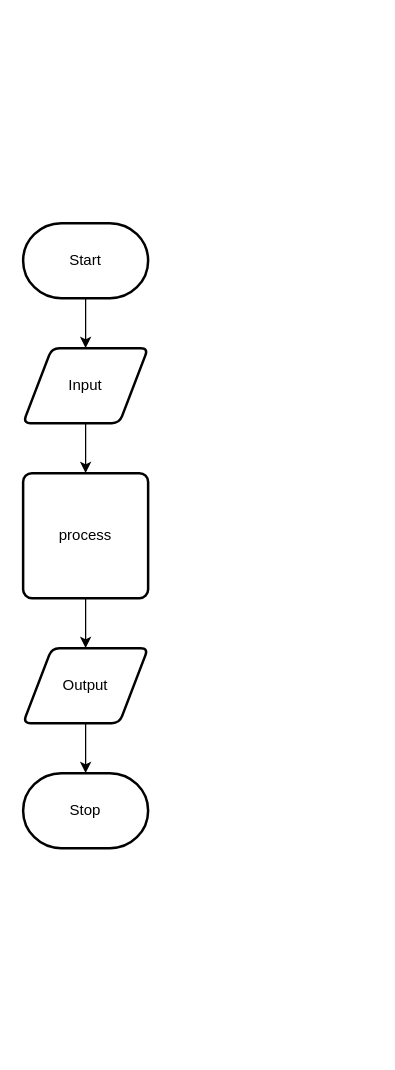
Above: design/flow-chart.drawio in Alex-Nelson-1/ICS2O-UNIT6-02-COOKIE-CLICKER (draw.io), before the change. Source tidied: cells renumbered, new cells numbered last; positions are measured from the earlier drawing's top-left corner, leaving out a move shared by most shapes. Both pictures are drawn from the tidied source at 125%, with x=0, y=0 at pixel (22, 222).
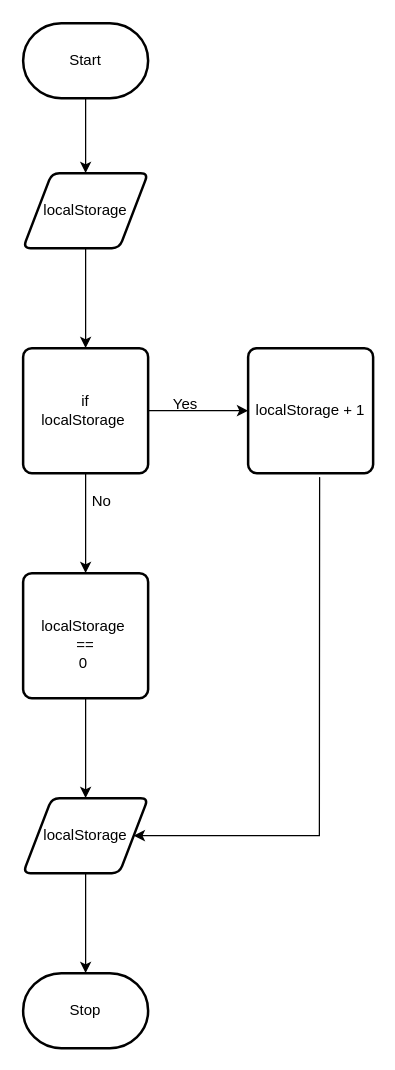
The same diagram, later.

Commit message (it also covers changes not shown here):
FLow chart an dstory board

Diff of the diagram source:
```diff
@@
 <mxGraphModel>
   <root>
     <mxCell id="0" />
     <mxCell id="1" parent="0" />
     <mxCell id="2" style="edgeStyle=none;html=1;" parent="1" edge="1" source="3" target="5">
       <mxGeometry relative="1" as="geometry" />
     </mxCell>
     <mxCell id="3" value="Start" style="strokeWidth=2;html=1;shape=mxgraph.flowchart.terminator;whiteSpace=wrap;" parent="1" vertex="1">
-      <mxGeometry width="100" height="60" as="geometry" />
+      <mxGeometry y="-160" width="100" height="60" as="geometry" />
     </mxCell>
     <mxCell id="4" style="edgeStyle=none;html=1;" parent="1" edge="1" source="5" target="7">
       <mxGeometry relative="1" as="geometry" />
     </mxCell>
-    <mxCell id="5" value="Input" style="shape=parallelogram;html=1;strokeWidth=2;perimeter=parallelogramPerimeter;whiteSpace=wrap;rounded=1;arcSize=12;size=0.23;" parent="1" vertex="1">
-      <mxGeometry y="100" width="100" height="60" as="geometry" />
+    <mxCell id="5" value="localStorage" style="shape=parallelogram;html=1;strokeWidth=2;perimeter=parallelogramPerimeter;whiteSpace=wrap;rounded=1;arcSize=12;size=0.23;" parent="1" vertex="1">
+      <mxGeometry y="-40" width="100" height="60" as="geometry" />
     </mxCell>
-    <mxCell id="6" style="edgeStyle=none;html=1;" parent="1" edge="1" source="7" target="9">
-      <mxGeometry relative="1" as="geometry" />
-    </mxCell>
+    <mxCell id="11" style="edgeStyle=none;html=1;" parent="1" edge="1" source="7" target="13">
+      <mxGeometry relative="1" as="geometry" />
+    </mxCell>
+    <mxCell id="12" style="edgeStyle=none;html=1;" parent="1" edge="1" source="7" target="15">
+      <mxGeometry relative="1" as="geometry" />
+    </mxCell>
-    <mxCell id="7" value="process" style="rounded=1;whiteSpace=wrap;html=1;absoluteArcSize=1;arcSize=14;strokeWidth=2;" parent="1" vertex="1">
-      <mxGeometry y="200" width="100" height="100" as="geometry" />
+    <mxCell id="7" value="if&lt;br&gt;localStorage&amp;nbsp;" style="rounded=1;whiteSpace=wrap;html=1;absoluteArcSize=1;arcSize=14;strokeWidth=2;" parent="1" vertex="1">
+      <mxGeometry y="100" width="100" height="100" as="geometry" />
     </mxCell>
     <mxCell id="8" style="edgeStyle=none;html=1;" parent="1" edge="1" source="9" target="10">
       <mxGeometry relative="1" as="geometry" />
     </mxCell>
-    <mxCell id="9" value="Output" style="shape=parallelogram;html=1;strokeWidth=2;perimeter=parallelogramPerimeter;whiteSpace=wrap;rounded=1;arcSize=12;size=0.23;" parent="1" vertex="1">
-      <mxGeometry y="340" width="100" height="60" as="geometry" />
+    <mxCell id="9" value="localStorage" style="shape=parallelogram;html=1;strokeWidth=2;perimeter=parallelogramPerimeter;whiteSpace=wrap;rounded=1;arcSize=12;size=0.23;" parent="1" vertex="1">
+      <mxGeometry y="460" width="100" height="60" as="geometry" />
     </mxCell>
     <mxCell id="10" value="Stop" style="strokeWidth=2;html=1;shape=mxgraph.flowchart.terminator;whiteSpace=wrap;" parent="1" vertex="1">
-      <mxGeometry y="440" width="100" height="60" as="geometry" />
+      <mxGeometry y="600" width="100" height="60" as="geometry" />
     </mxCell>
+    <mxCell id="13" value="localStorage + 1" style="rounded=1;whiteSpace=wrap;html=1;absoluteArcSize=1;arcSize=14;strokeWidth=2;" parent="1" vertex="1">
+      <mxGeometry x="180" y="100" width="100" height="100" as="geometry" />
+    </mxCell>
+    <mxCell id="14" style="edgeStyle=none;html=1;" parent="1" edge="1" source="15" target="9">
+      <mxGeometry relative="1" as="geometry" />
+    </mxCell>
+    <mxCell id="15" value="&lt;br&gt;localStorage&amp;nbsp;&lt;br&gt;==&lt;br&gt;0&amp;nbsp;" style="rounded=1;whiteSpace=wrap;html=1;absoluteArcSize=1;arcSize=14;strokeWidth=2;" parent="1" vertex="1">
+      <mxGeometry y="280" width="100" height="100" as="geometry" />
+    </mxCell>
+    <mxCell id="16" style="endArrow=classic;html=1;exitX=0.572;exitY=1.032;exitDx=0;exitDy=0;exitPerimeter=0;entryX=1;entryY=0.5;entryDx=0;entryDy=0;rounded=0;" parent="1" edge="1" source="13" target="9">
+      <mxGeometry relative="1" as="geometry">
+        <Array as="points">
+          <mxPoint x="237" y="490" />
+        </Array>
+      </mxGeometry>
+    </mxCell>
+    <mxCell id="17" value="Yes" style="text;html=1;strokeColor=none;fillColor=none;align=center;verticalAlign=middle;whiteSpace=wrap;rounded=0;" parent="1" vertex="1">
+      <mxGeometry x="100" y="130" width="60" height="30" as="geometry" />
+    </mxCell>
+    <mxCell id="18" value="No" style="text;html=1;strokeColor=none;fillColor=none;align=center;verticalAlign=middle;whiteSpace=wrap;rounded=0;" parent="1" vertex="1">
+      <mxGeometry x="33" y="208" width="60" height="30" as="geometry" />
+    </mxCell>
   </root>
 </mxGraphModel>
```
